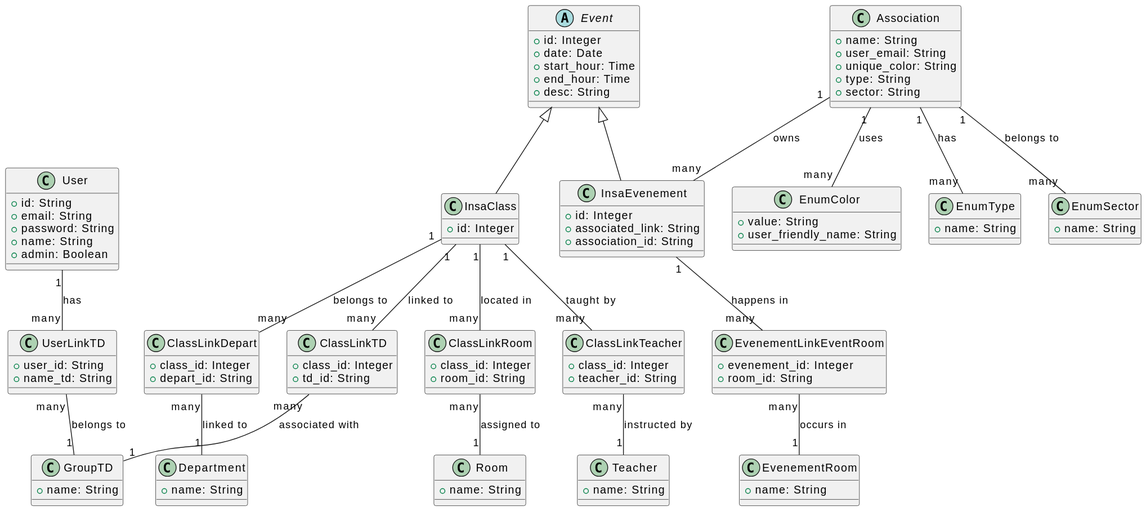
The PlantUML diagram models.svg in mvespier/INSAccess, before a commit. Source of this version:
```plantuml
@startuml
abstract class Event {
    + id: Integer
    + date: Date
    + start_hour: Time
    + end_hour: Time
    + desc: String
}

class User {
    + id: String
    + email: String
    + password: String
    + name: String
    + admin: Boolean
}

class InsaClass {
    + id: Integer
}

class InsaEvenement {
    + id: Integer
    + associated_link: String
    + association_id: String
}

class Association {
    + name: String
    + user_email: String
    + unique_color: String
    + type: String
    + sector: String
}

class EnumType {
    + name: String
}

class EnumSector {
    + name: String
}

class EnumColor {
    + value: String
    + user_friendly_name: String
}

class GroupTD {
    + name: String
}

class Department {
    + name: String
}

class Teacher {
    + name: String
}

class Room {
    + name: String
}

class EvenementRoom {
    + name: String
}

class EvenementLinkEventRoom {
    + evenement_id: Integer
    + room_id: String
}

class ClassLinkTD {
    + class_id: Integer
    + td_id: String
}

class ClassLinkRoom {
    + class_id: Integer
    + room_id: String
}

class ClassLinkTeacher {
    + class_id: Integer
    + teacher_id: String
}

class ClassLinkDepart {
    + class_id: Integer
    + depart_id: String
}

class UserLinkTD {
    + user_id: String
    + name_td: String
}

Event <|-- InsaClass
Event <|-- InsaEvenement

User "1" -- "many" UserLinkTD : has
UserLinkTD "many" -- "1" GroupTD : belongs to

Association "1" -- "many" InsaEvenement : owns
Association "1" -- "many" EnumType : has
Association "1" -- "many" EnumSector : belongs to
Association "1" -- "many" EnumColor : uses

InsaClass "1" -- "many" ClassLinkTD : linked to
InsaClass "1" -- "many" ClassLinkRoom : located in
InsaClass "1" -- "many" ClassLinkTeacher : taught by
InsaClass "1" -- "many" ClassLinkDepart : belongs to

InsaEvenement "1" -- "many" EvenementLinkEventRoom : happens in

EvenementLinkEventRoom "many" -- "1" EvenementRoom : occurs in

ClassLinkTD "many" -- "1" GroupTD : associated with
ClassLinkRoom "many" -- "1" Room : assigned to
ClassLinkTeacher "many" -- "1" Teacher : instructed by
ClassLinkDepart "many" -- "1" Department : linked to
@enduml
```
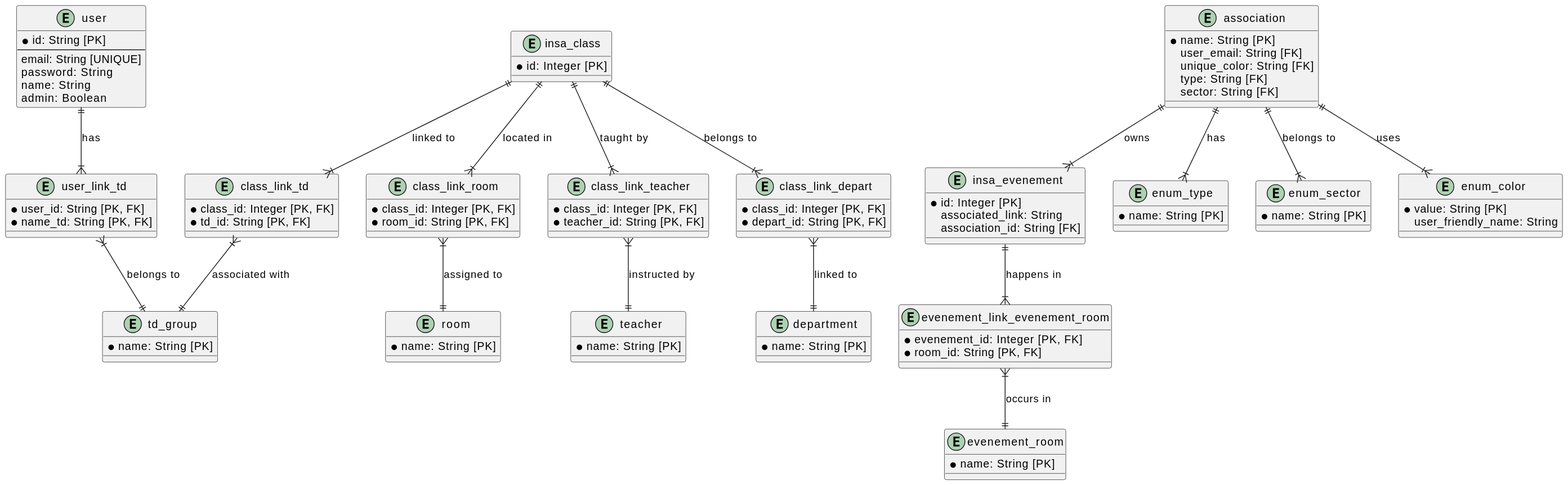
The same diagram one commit later.

Change to the diagram source:
```diff
@@ -1,123 +1,112 @@
 @startuml
-abstract class Event {
-    + id: Integer
-    + date: Date
-    + start_hour: Time
-    + end_hour: Time
-    + desc: String
+entity user {
+    *id: String [PK]
+    --
+    email: String [UNIQUE]
+    password: String
+    name: String
+    admin: Boolean
 }
 
-class User {
-    + id: String
-    + email: String
-    + password: String
-    + name: String
-    + admin: Boolean
+entity insa_class {
+    *id: Integer [PK]
 }
 
-class InsaClass {
-    + id: Integer
+entity insa_evenement {
+    *id: Integer [PK]
+    associated_link: String
+    association_id: String [FK]
 }
 
-class InsaEvenement {
-    + id: Integer
-    + associated_link: String
-    + association_id: String
+entity association {
+    *name: String [PK]
+    user_email: String [FK]
+    unique_color: String [FK]
+    type: String [FK]
+    sector: String [FK]
 }
 
-class Association {
-    + name: String
-    + user_email: String
-    + unique_color: String
-    + type: String
-    + sector: String
+entity enum_type {
+    *name: String [PK]
 }
 
-class EnumType {
-    + name: String
+entity enum_sector {
+    *name: String [PK]
 }
 
-class EnumSector {
-    + name: String
+entity enum_color {
+    *value: String [PK]
+    user_friendly_name: String
 }
 
-class EnumColor {
-    + value: String
-    + user_friendly_name: String
+entity td_group {
+    *name: String [PK]
 }
 
-class GroupTD {
-    + name: String
+entity department {
+    *name: String [PK]
 }
 
-class Department {
-    + name: String
+entity teacher {
+    *name: String [PK]
 }
 
-class Teacher {
-    + name: String
+entity room {
+    *name: String [PK]
 }
 
-class Room {
-    + name: String
+entity evenement_room {
+    *name: String [PK]
 }
 
-class EvenementRoom {
-    + name: String
+entity evenement_link_evenement_room {
+    *evenement_id: Integer [PK, FK]
+    *room_id: String [PK, FK]
 }
 
-class EvenementLinkEventRoom {
-    + evenement_id: Integer
-    + room_id: String
+entity class_link_td {
+    *class_id: Integer [PK, FK]
+    *td_id: String [PK, FK]
 }
 
-class ClassLinkTD {
-    + class_id: Integer
-    + td_id: String
+entity class_link_room {
+    *class_id: Integer [PK, FK]
+    *room_id: String [PK, FK]
 }
 
-class ClassLinkRoom {
-    + class_id: Integer
-    + room_id: String
+entity class_link_teacher {
+    *class_id: Integer [PK, FK]
+    *teacher_id: String [PK, FK]
 }
 
-class ClassLinkTeacher {
-    + class_id: Integer
-    + teacher_id: String
+entity class_link_depart {
+    *class_id: Integer [PK, FK]
+    *depart_id: String [PK, FK]
 }
 
-class ClassLinkDepart {
-    + class_id: Integer
-    + depart_id: String
+entity user_link_td {
+    *user_id: String [PK, FK]
+    *name_td: String [PK, FK]
 }
 
-class UserLinkTD {
-    + user_id: String
-    + name_td: String
-}
+user ||--|{ user_link_td : has
+user_link_td }|--|| td_group : belongs to
 
-Event <|-- InsaClass
-Event <|-- InsaEvenement
+association ||--|{ insa_evenement : owns
+association ||--|{ enum_type : has
+association ||--|{ enum_sector : belongs to
+association ||--|{ enum_color : uses
 
-User "1" -- "many" UserLinkTD : has
-UserLinkTD "many" -- "1" GroupTD : belongs to
+insa_class ||--|{ class_link_td : linked to
+insa_class ||--|{ class_link_room : located in
+insa_class ||--|{ class_link_teacher : taught by
+insa_class ||--|{ class_link_depart : belongs to
 
-Association "1" -- "many" InsaEvenement : owns
-Association "1" -- "many" EnumType : has
-Association "1" -- "many" EnumSector : belongs to
-Association "1" -- "many" EnumColor : uses
+insa_evenement ||--|{ evenement_link_evenement_room : happens in
+evenement_link_evenement_room }|--|| evenement_room : occurs in
 
-InsaClass "1" -- "many" ClassLinkTD : linked to
-InsaClass "1" -- "many" ClassLinkRoom : located in
-InsaClass "1" -- "many" ClassLinkTeacher : taught by
-InsaClass "1" -- "many" ClassLinkDepart : belongs to
-
-InsaEvenement "1" -- "many" EvenementLinkEventRoom : happens in
-
-EvenementLinkEventRoom "many" -- "1" EvenementRoom : occurs in
-
-ClassLinkTD "many" -- "1" GroupTD : associated with
-ClassLinkRoom "many" -- "1" Room : assigned to
-ClassLinkTeacher "many" -- "1" Teacher : instructed by
-ClassLinkDepart "many" -- "1" Department : linked to
+class_link_td }|--|| td_group : associated with
+class_link_room }|--|| room : assigned to
+class_link_teacher }|--|| teacher : instructed by
+class_link_depart }|--|| department : linked to
 @enduml
```
